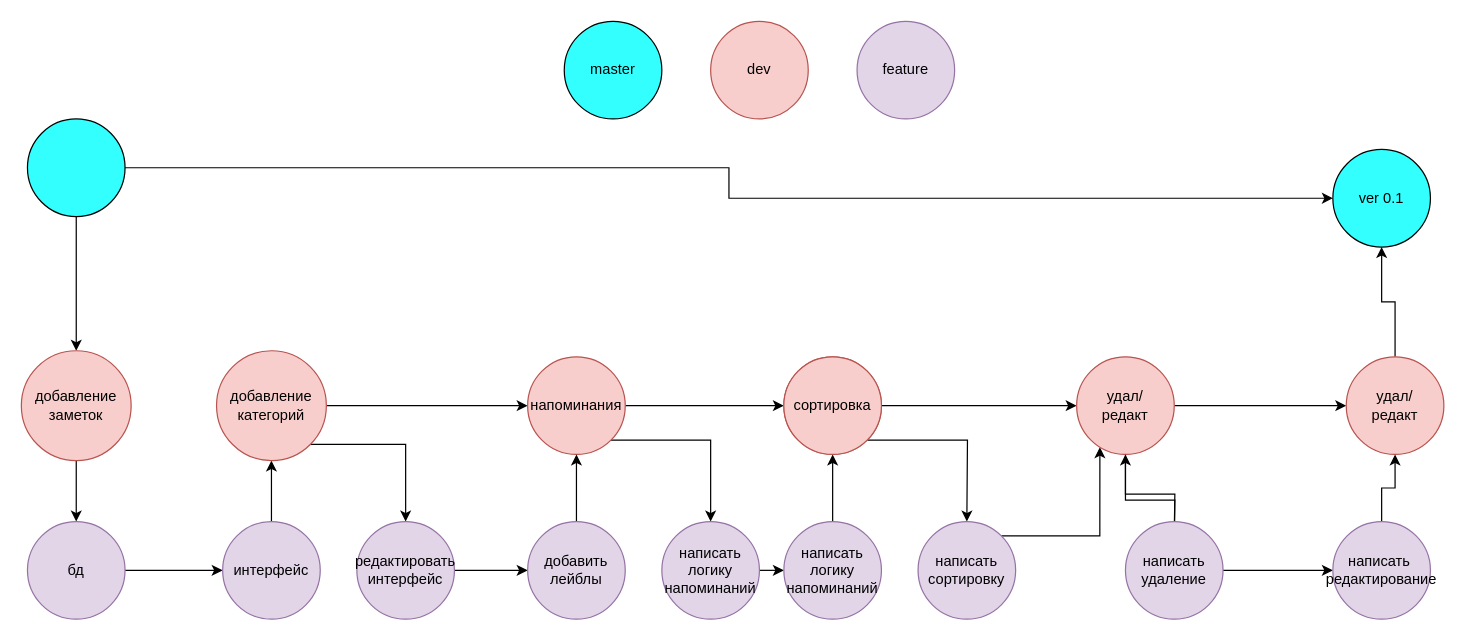
Before: git_notes.drawio in maklabas/diagrams, a draw.io diagram. Source tidied: cells renumbered, new cells numbered last; positions are measured from the earlier drawing's top-left corner, leaving out a move shared by most shapes. Both pictures are drawn from the tidied source at 122%, with x=0, y=0 at pixel (21, 21).
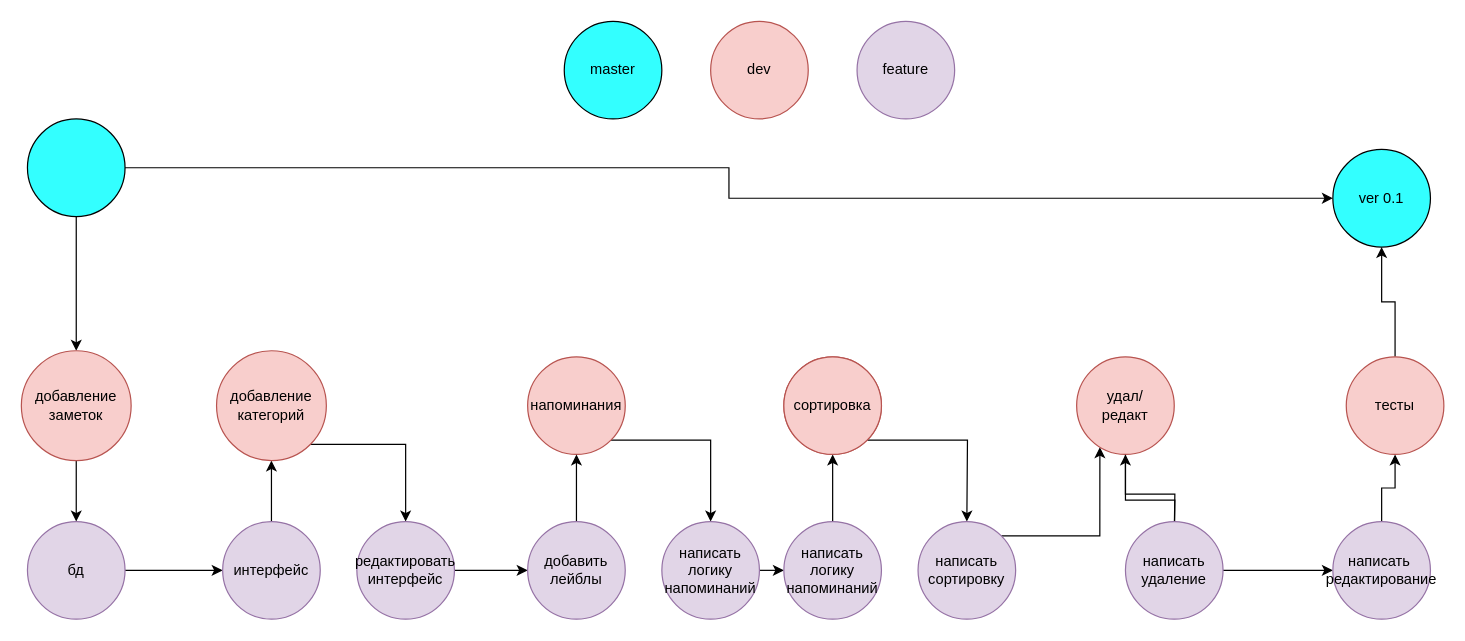
The same diagram, later.

Unchanged cells that the change refers to:
```xml
<mxCell id="17" value="добавление категорий" style="ellipse;whiteSpace=wrap;html=1;fillColor=#f8cecc;strokeColor=#b85450;" parent="1" vertex="1">
  <mxGeometry x="160" y="270" width="90" height="90" as="geometry" />
</mxCell>
<mxCell id="20" value="напоминания" style="ellipse;whiteSpace=wrap;html=1;fillColor=#f8cecc;strokeColor=#b85450;" parent="1" vertex="1">
  <mxGeometry x="415" y="275" width="80" height="80" as="geometry" />
</mxCell>
<mxCell id="31" value="сортировка" style="ellipse;whiteSpace=wrap;html=1;fillColor=#f8cecc;strokeColor=#b85450;" parent="1" vertex="1">
  <mxGeometry x="625" y="275" width="80" height="80" as="geometry" />
</mxCell>
<mxCell id="37" value="удал/&lt;br&gt;редакт" style="ellipse;whiteSpace=wrap;html=1;fillColor=#f8cecc;strokeColor=#b85450;" parent="1" vertex="1">
  <mxGeometry x="865" y="275" width="80" height="80" as="geometry" />
</mxCell>
```

What changed in the source:
```diff
@@
-    <mxCell id="16" style="edgeStyle=orthogonalEdgeStyle;rounded=0;jettySize=auto;html=1;exitX=1;exitY=0.5;exitDx=0;exitDy=0;fontColor=#66FF66;entryX=0;entryY=0.5;entryDx=0;entryDy=0;" parent="1" edge="1" source="17" target="20">
-      <mxGeometry relative="1" as="geometry" />
-    </mxCell>
@@
-    <mxCell id="19" style="edgeStyle=orthogonalEdgeStyle;rounded=0;jettySize=auto;html=1;exitX=1;exitY=0.5;exitDx=0;exitDy=0;entryX=0;entryY=0.5;entryDx=0;entryDy=0;fontColor=#66FF66;" parent="1" edge="1" source="20" target="31">
-      <mxGeometry relative="1" as="geometry" />
-    </mxCell>
@@
-    <mxCell id="30" style="edgeStyle=orthogonalEdgeStyle;rounded=0;jettySize=auto;html=1;exitX=1;exitY=0.5;exitDx=0;exitDy=0;fontColor=#66FF66;" parent="1" edge="1" source="31">
-      <mxGeometry relative="1" as="geometry">
-        <mxPoint x="865" y="315" as="targetPoint" />
-      </mxGeometry>
-    </mxCell>
@@
-    <mxCell id="36" style="edgeStyle=orthogonalEdgeStyle;rounded=0;jettySize=auto;html=1;exitX=1;exitY=0.5;exitDx=0;exitDy=0;entryX=0;entryY=0.5;entryDx=0;entryDy=0;fontColor=#66FF66;" parent="1" edge="1" source="37" target="44">
-      <mxGeometry relative="1" as="geometry" />
-    </mxCell>
@@
-    <mxCell id="44" value="удал/&lt;br&gt;редакт" style="ellipse;whiteSpace=wrap;html=1;fillColor=#f8cecc;strokeColor=#b85450;" parent="1" vertex="1">
+    <mxCell id="44" value="тесты" style="ellipse;whiteSpace=wrap;html=1;fillColor=#f8cecc;strokeColor=#b85450;" parent="1" vertex="1">
       <mxGeometry x="1086" y="275" width="80" height="80" as="geometry" />
     </mxCell>
```
